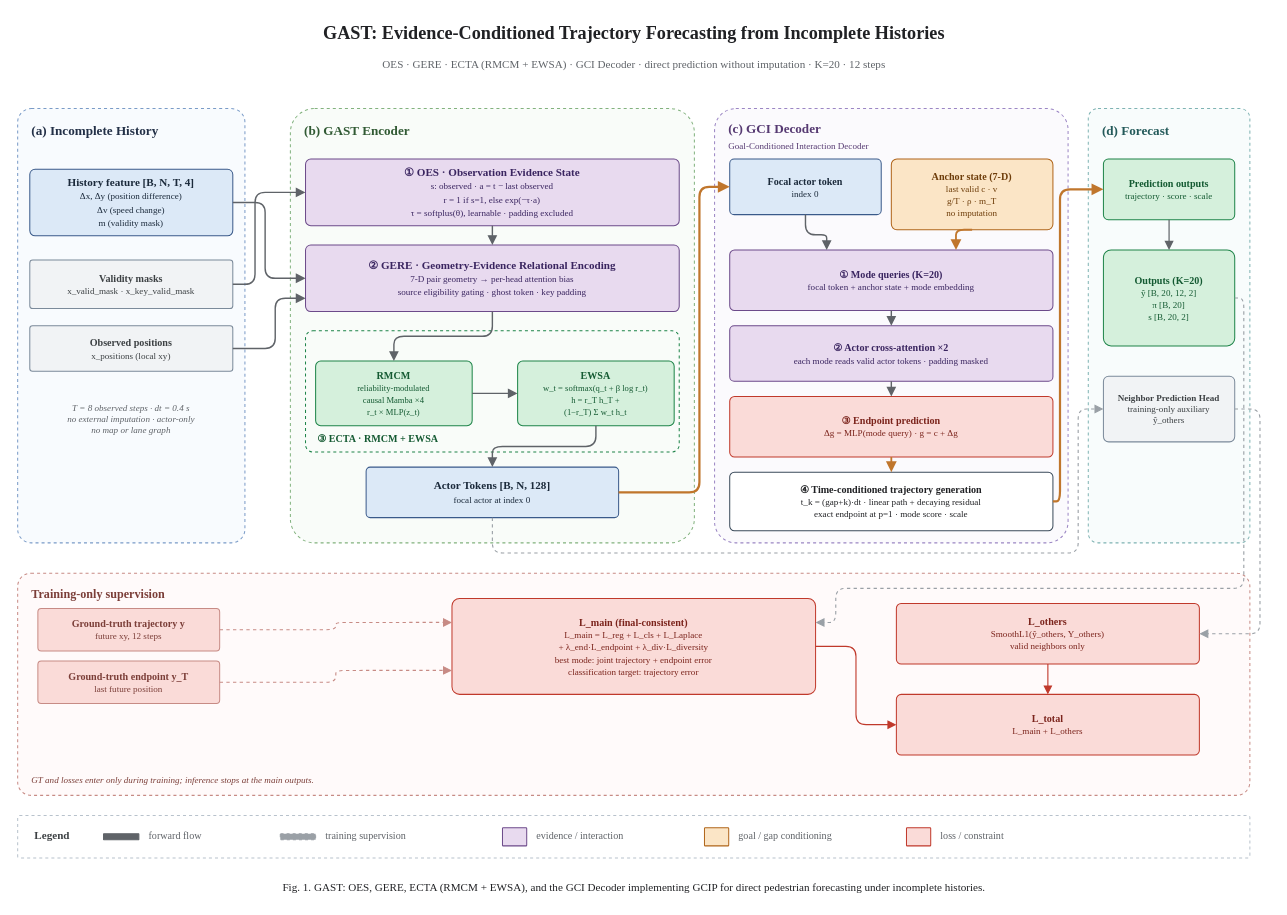
Before: GAST-Goal-framework.drawio in oAyanameio/GAST-PF, a draw.io diagram. Source tidied: cells renumbered, new cells numbered last; positions are measured from the earlier drawing's top-left corner, leaving out a move shared by most shapes. Both pictures are drawn from the tidied source at 101%, with x=0, y=0 at pixel (17, 17).
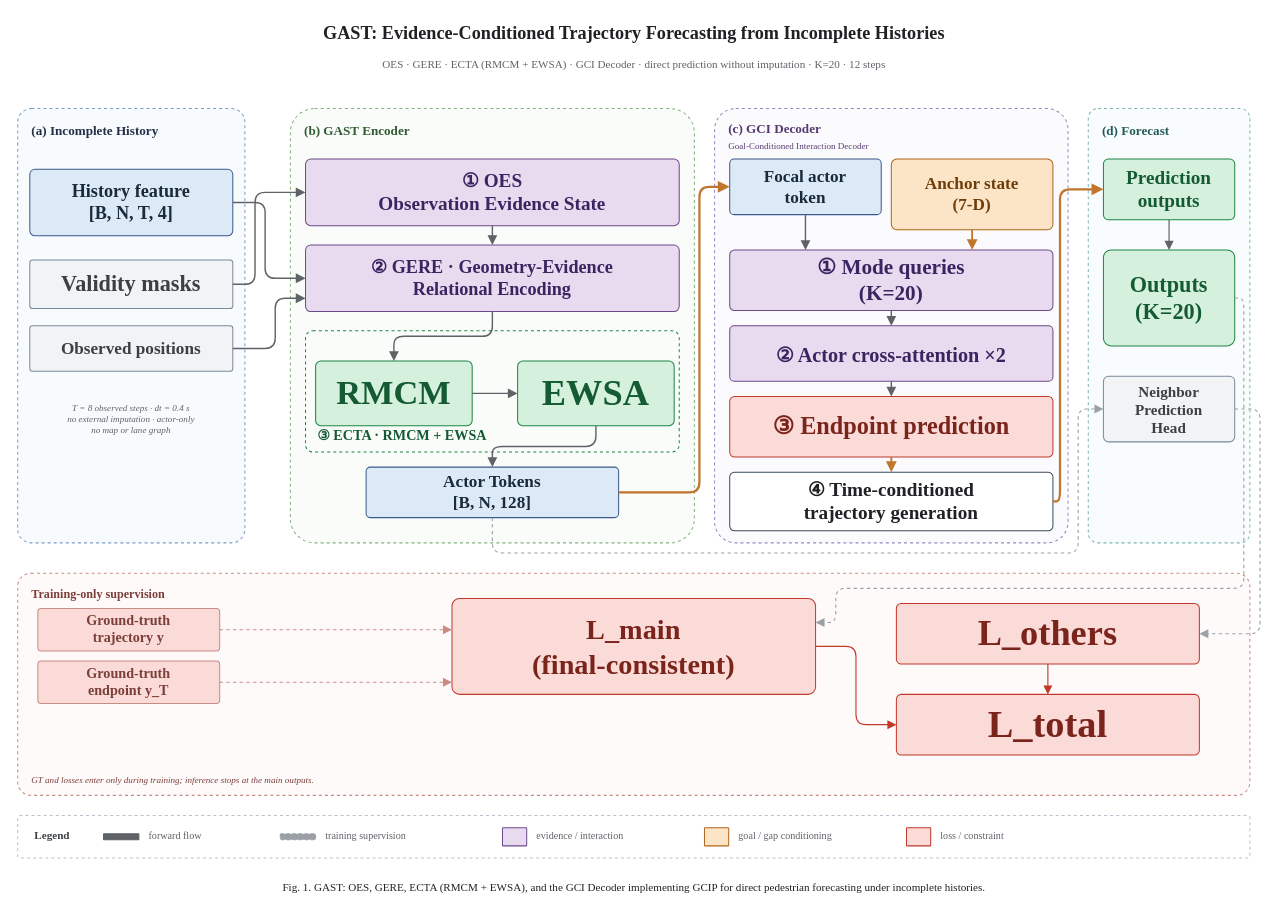
After the change.

Commit message (it also covers changes not shown here):
docs(figure): 修正 GT 监督箭头并按框放大模块字号

The edit, as a diff of the source:
```diff
@@
-    <mxCell id="14" value="&lt;b&gt;History feature [B, N, T, 4]&lt;/b&gt;&lt;br&gt;&lt;font style=&quot;font-size:9px&quot;&gt;Δx, Δy (position difference)&lt;br&gt;Δv (speed change)&lt;br&gt;m (validity mask)&lt;/font&gt;" style="rounded=1;arcSize=8;whiteSpace=wrap;html=1;fillColor=#DCE9F7;strokeColor=#3A5A8A;fontColor=#1B2A3B;fontFamily=Times New Roman;fontSize=11;align=center;verticalAlign=middle;spacing=3;" parent="1" vertex="1">
+    <mxCell id="14" value="&lt;b&gt;History feature&lt;/b&gt;&lt;br&gt;&lt;b&gt;[B, N, T, 4]&lt;/b&gt;" style="rounded=1;arcSize=8;whiteSpace=wrap;html=1;fillColor=#DCE9F7;strokeColor=#3A5A8A;fontColor=#1B2A3B;fontFamily=Times New Roman;fontSize=18;align=center;verticalAlign=middle;spacing=3;" parent="1" vertex="1">
       <mxGeometry x="12" y="150" width="201" height="66" as="geometry" />
     </mxCell>
-    <mxCell id="15" value="&lt;b&gt;Validity masks&lt;/b&gt;&lt;br&gt;&lt;font style=&quot;font-size:9px&quot;&gt;x_valid_mask · x_key_valid_mask&lt;/font&gt;" style="rounded=1;arcSize=6;whiteSpace=wrap;html=1;fillColor=#F1F3F5;strokeColor=#7B8A9A;fontColor=#3C4043;fontFamily=Times New Roman;fontSize=10;align=center;verticalAlign=middle;spacing=3;" parent="1" vertex="1">
+    <mxCell id="15" value="&lt;b&gt;Validity masks&lt;/b&gt;" style="rounded=1;arcSize=6;whiteSpace=wrap;html=1;fillColor=#F1F3F5;strokeColor=#7B8A9A;fontColor=#3C4043;fontFamily=Times New Roman;fontSize=22;align=center;verticalAlign=middle;spacing=3;" parent="1" vertex="1">
       <mxGeometry x="12" y="240" width="201" height="48" as="geometry" />
     </mxCell>
-    <mxCell id="16" value="&lt;b&gt;Observed positions&lt;/b&gt;&lt;br&gt;&lt;font style=&quot;font-size:9px&quot;&gt;x_positions (local xy)&lt;/font&gt;" style="rounded=1;arcSize=6;whiteSpace=wrap;html=1;fillColor=#F1F3F5;strokeColor=#7B8A9A;fontColor=#3C4043;fontFamily=Times New Roman;fontSize=10;align=center;verticalAlign=middle;spacing=3;" parent="1" vertex="1">
+    <mxCell id="16" value="&lt;b&gt;Observed positions&lt;/b&gt;" style="rounded=1;arcSize=6;whiteSpace=wrap;html=1;fillColor=#F1F3F5;strokeColor=#7B8A9A;fontColor=#3C4043;fontFamily=Times New Roman;fontSize=17;align=center;verticalAlign=middle;spacing=3;" parent="1" vertex="1">
       <mxGeometry x="12" y="305" width="201" height="45" as="geometry" />
     </mxCell>
@@
-    <mxCell id="18" value="&lt;b&gt;① OES · Observation Evidence State&lt;/b&gt;&lt;br&gt;&lt;font style=&quot;font-size:9px&quot;&gt;s: observed · a = t − last observed&lt;br&gt;r = 1 if s=1, else exp(−τ·a)&lt;br&gt;τ = softplus(θ), learnable · padding excluded&lt;/font&gt;" style="rounded=1;arcSize=8;whiteSpace=wrap;html=1;fillColor=#E8DAEF;strokeColor=#6C4A8A;fontColor=#3A2560;fontFamily=Times New Roman;fontSize=11;fontStyle=0;align=center;verticalAlign=middle;spacing=3;" parent="1" vertex="1">
+    <mxCell id="18" value="&lt;b&gt;① OES&lt;/b&gt;&lt;br&gt;&lt;b&gt;Observation Evidence State&lt;/b&gt;" style="rounded=1;arcSize=8;whiteSpace=wrap;html=1;fillColor=#E8DAEF;strokeColor=#6C4A8A;fontColor=#3A2560;fontFamily=Times New Roman;fontSize=19;fontStyle=0;align=center;verticalAlign=middle;spacing=3;" parent="1" vertex="1">
       <mxGeometry x="285" y="140" width="370" height="66" as="geometry" />
     </mxCell>
-    <mxCell id="19" value="&lt;b&gt;② GERE · Geometry-Evidence Relational Encoding&lt;/b&gt;&lt;br&gt;&lt;font style=&quot;font-size:9px&quot;&gt;7-D pair geometry → per-head attention bias&lt;br&gt;source eligibility gating · ghost token · key padding&lt;/font&gt;" style="rounded=1;arcSize=8;whiteSpace=wrap;html=1;fillColor=#E8DAEF;strokeColor=#6C4A8A;fontColor=#3A2560;fontFamily=Times New Roman;fontSize=11;fontStyle=0;align=center;verticalAlign=middle;spacing=3;" parent="1" vertex="1">
+    <mxCell id="19" value="&lt;b&gt;② GERE · Geometry-Evidence&lt;/b&gt;&lt;br&gt;&lt;b&gt;Relational Encoding&lt;/b&gt;" style="rounded=1;arcSize=8;whiteSpace=wrap;html=1;fillColor=#E8DAEF;strokeColor=#6C4A8A;fontColor=#3A2560;fontFamily=Times New Roman;fontSize=18;fontStyle=0;align=center;verticalAlign=middle;spacing=3;" parent="1" vertex="1">
       <mxGeometry x="285" y="225" width="370" height="66" as="geometry" />
     </mxCell>
-    <mxCell id="20" value="&lt;b&gt;③ ECTA · RMCM + EWSA&lt;/b&gt;" style="rounded=1;arcSize=6;whiteSpace=wrap;html=1;fillColor=none;strokeColor=#1E8449;dashed=1;fontColor=#145A32;fontFamily=Times New Roman;fontSize=10;align=left;verticalAlign=bottom;spacingLeft=10;spacingBottom=4;" parent="1" vertex="1">
+    <mxCell id="20" value="&lt;b&gt;③ ECTA · RMCM + EWSA&lt;/b&gt;" style="rounded=1;arcSize=6;whiteSpace=wrap;html=1;fillColor=none;strokeColor=#1E8449;dashed=1;fontColor=#145A32;fontFamily=Times New Roman;fontSize=14;align=left;verticalAlign=bottom;spacingLeft=10;spacingBottom=4;" parent="1" vertex="1">
       <mxGeometry x="285" y="310" width="370" height="120" as="geometry" />
     </mxCell>
-    <mxCell id="21" value="&lt;b&gt;RMCM&lt;/b&gt;&lt;br&gt;&lt;font style=&quot;font-size:8.5px&quot;&gt;reliability-modulated&lt;br&gt;causal Mamba ×4&lt;br&gt;r_t × MLP(z_t)&lt;/font&gt;" style="rounded=1;arcSize=8;whiteSpace=wrap;html=1;fillColor=#D5F0DC;strokeColor=#1E8449;fontColor=#145A32;fontFamily=Times New Roman;fontSize=10;align=center;verticalAlign=middle;spacing=2;" parent="1" vertex="1">
+    <mxCell id="21" value="&lt;b&gt;RMCM&lt;/b&gt;" style="rounded=1;arcSize=8;whiteSpace=wrap;html=1;fillColor=#D5F0DC;strokeColor=#1E8449;fontColor=#145A32;fontFamily=Times New Roman;fontSize=34;align=center;verticalAlign=middle;spacing=2;" parent="1" vertex="1">
       <mxGeometry x="295" y="340" width="155" height="64" as="geometry" />
     </mxCell>
-    <mxCell id="22" value="&lt;b&gt;EWSA&lt;/b&gt;&lt;br&gt;&lt;font style=&quot;font-size:8.5px&quot;&gt;w_t = softmax(q_t + β log r_t)&lt;br&gt;h = r_T h_T +&lt;br&gt;(1−r_T) Σ w_t h_t&lt;/font&gt;" style="rounded=1;arcSize=8;whiteSpace=wrap;html=1;fillColor=#D5F0DC;strokeColor=#1E8449;fontColor=#145A32;fontFamily=Times New Roman;fontSize=10;align=center;verticalAlign=middle;spacing=2;" parent="1" vertex="1">
+    <mxCell id="22" value="&lt;b&gt;EWSA&lt;/b&gt;" style="rounded=1;arcSize=8;whiteSpace=wrap;html=1;fillColor=#D5F0DC;strokeColor=#1E8449;fontColor=#145A32;fontFamily=Times New Roman;fontSize=36;align=center;verticalAlign=middle;spacing=2;" parent="1" vertex="1">
       <mxGeometry x="495" y="340" width="155" height="64" as="geometry" />
     </mxCell>
-    <mxCell id="23" value="&lt;b&gt;Actor Tokens [B, N, 128]&lt;/b&gt;&lt;br&gt;&lt;font style=&quot;font-size:9px&quot;&gt;focal actor at index 0&lt;/font&gt;" style="rounded=1;arcSize=8;whiteSpace=wrap;html=1;fillColor=#DCE9F7;strokeColor=#3A5A8A;fontColor=#1B2A3B;fontFamily=Times New Roman;fontSize=11;align=center;verticalAlign=middle;spacing=3;" parent="1" vertex="1">
+    <mxCell id="23" value="&lt;b&gt;Actor Tokens&lt;/b&gt;&lt;br&gt;&lt;b&gt;[B, N, 128]&lt;/b&gt;" style="rounded=1;arcSize=8;whiteSpace=wrap;html=1;fillColor=#DCE9F7;strokeColor=#3A5A8A;fontColor=#1B2A3B;fontFamily=Times New Roman;fontSize=17;align=center;verticalAlign=middle;spacing=3;" parent="1" vertex="1">
       <mxGeometry x="345" y="445" width="250" height="50" as="geometry" />
     </mxCell>
-    <mxCell id="24" value="&lt;b&gt;Focal actor token&lt;/b&gt;&lt;br&gt;&lt;font style=&quot;font-size:9px&quot;&gt;index 0&lt;/font&gt;" style="rounded=1;arcSize=8;whiteSpace=wrap;html=1;fillColor=#DCE9F7;strokeColor=#3A5A8A;fontColor=#1B2A3B;fontFamily=Times New Roman;fontSize=10;align=center;verticalAlign=middle;spacing=3;" parent="1" vertex="1">
+    <mxCell id="24" value="&lt;b&gt;Focal actor&lt;/b&gt;&lt;br&gt;&lt;b&gt;token&lt;/b&gt;" style="rounded=1;arcSize=8;whiteSpace=wrap;html=1;fillColor=#DCE9F7;strokeColor=#3A5A8A;fontColor=#1B2A3B;fontFamily=Times New Roman;fontSize=17;align=center;verticalAlign=middle;spacing=3;" parent="1" vertex="1">
       <mxGeometry x="705" y="140" width="150" height="55" as="geometry" />
     </mxCell>
-    <mxCell id="25" value="&lt;b&gt;Anchor state (7-D)&lt;/b&gt;&lt;br&gt;&lt;font style=&quot;font-size:9px&quot;&gt;last valid c · v&lt;br&gt;g/T · ρ · m_T&lt;br&gt;no imputation&lt;/font&gt;" style="rounded=1;arcSize=8;whiteSpace=wrap;html=1;fillColor=#FBE5C6;strokeColor=#B0651A;fontColor=#6E3D0A;fontFamily=Times New Roman;fontSize=10;align=center;verticalAlign=middle;spacing=2;" parent="1" vertex="1">
+    <mxCell id="25" value="&lt;b&gt;Anchor state&lt;/b&gt;&lt;br&gt;&lt;b&gt;(7-D)&lt;/b&gt;" style="rounded=1;arcSize=8;whiteSpace=wrap;html=1;fillColor=#FBE5C6;strokeColor=#B0651A;fontColor=#6E3D0A;fontFamily=Times New Roman;fontSize=17;align=center;verticalAlign=middle;spacing=2;" parent="1" vertex="1">
       <mxGeometry x="865" y="140" width="160" height="70" as="geometry" />
     </mxCell>
-    <mxCell id="26" value="&lt;b&gt;① Mode queries (K=20)&lt;/b&gt;&lt;br&gt;&lt;font style=&quot;font-size:9px&quot;&gt;focal token + anchor state + mode embedding&lt;/font&gt;" style="rounded=1;arcSize=8;whiteSpace=wrap;html=1;fillColor=#E8DAEF;strokeColor=#6C4A8A;fontColor=#3A2560;fontFamily=Times New Roman;fontSize=10;align=center;verticalAlign=middle;spacing=3;" parent="1" vertex="1">
+    <mxCell id="26" value="&lt;b&gt;① Mode queries&lt;/b&gt;&lt;br&gt;&lt;b&gt;(K=20)&lt;/b&gt;" style="rounded=1;arcSize=8;whiteSpace=wrap;html=1;fillColor=#E8DAEF;strokeColor=#6C4A8A;fontColor=#3A2560;fontFamily=Times New Roman;fontSize=21;align=center;verticalAlign=middle;spacing=3;" parent="1" vertex="1">
       <mxGeometry x="705" y="230" width="320" height="60" as="geometry" />
     </mxCell>
-    <mxCell id="27" value="&lt;b&gt;② Actor cross-attention ×2&lt;/b&gt;&lt;br&gt;&lt;font style=&quot;font-size:9px&quot;&gt;each mode reads valid actor tokens · padding masked&lt;/font&gt;" style="rounded=1;arcSize=8;whiteSpace=wrap;html=1;fillColor=#E8DAEF;strokeColor=#6C4A8A;fontColor=#3A2560;fontFamily=Times New Roman;fontSize=10;align=center;verticalAlign=middle;spacing=3;" parent="1" vertex="1">
+    <mxCell id="27" value="&lt;b&gt;② Actor cross-attention ×2&lt;/b&gt;" style="rounded=1;arcSize=8;whiteSpace=wrap;html=1;fillColor=#E8DAEF;strokeColor=#6C4A8A;fontColor=#3A2560;fontFamily=Times New Roman;fontSize=20;align=center;verticalAlign=middle;spacing=3;" parent="1" vertex="1">
       <mxGeometry x="705" y="305" width="320" height="55" as="geometry" />
     </mxCell>
-    <mxCell id="28" value="&lt;b&gt;③ Endpoint prediction&lt;/b&gt;&lt;br&gt;&lt;font style=&quot;font-size:9px&quot;&gt;Δg = MLP(mode query) · g = c + Δg&lt;/font&gt;" style="rounded=1;arcSize=8;whiteSpace=wrap;html=1;fillColor=#FADBD8;strokeColor=#C0392B;fontColor=#7B241C;fontFamily=Times New Roman;fontSize=10;align=center;verticalAlign=middle;spacing=3;" parent="1" vertex="1">
+    <mxCell id="28" value="&lt;b&gt;③ Endpoint prediction&lt;/b&gt;" style="rounded=1;arcSize=8;whiteSpace=wrap;html=1;fillColor=#FADBD8;strokeColor=#C0392B;fontColor=#7B241C;fontFamily=Times New Roman;fontSize=24;align=center;verticalAlign=middle;spacing=3;" parent="1" vertex="1">
       <mxGeometry x="705" y="375" width="320" height="60" as="geometry" />
     </mxCell>
-    <mxCell id="29" value="&lt;b&gt;④ Time-conditioned trajectory generation&lt;/b&gt;&lt;br&gt;&lt;font style=&quot;font-size:9px&quot;&gt;t_k = (gap+k)·dt · linear path + decaying residual&lt;br&gt;exact endpoint at p=1 · mode score · scale&lt;/font&gt;" style="rounded=1;arcSize=8;whiteSpace=wrap;html=1;fillColor=#FFFFFF;strokeColor=#3A4A5A;fontColor=#202124;fontFamily=Times New Roman;fontSize=10;align=center;verticalAlign=middle;spacing=4;" parent="1" vertex="1">
+    <mxCell id="29" value="&lt;b&gt;④ Time-conditioned&lt;/b&gt;&lt;br&gt;&lt;b&gt;trajectory generation&lt;/b&gt;" style="rounded=1;arcSize=8;whiteSpace=wrap;html=1;fillColor=#FFFFFF;strokeColor=#3A4A5A;fontColor=#202124;fontFamily=Times New Roman;fontSize=19;align=center;verticalAlign=middle;spacing=4;" parent="1" vertex="1">
       <mxGeometry x="705" y="450" width="320" height="58" as="geometry" />
     </mxCell>
-    <mxCell id="30" value="&lt;b&gt;Prediction outputs&lt;/b&gt;&lt;br&gt;&lt;font style=&quot;font-size:9px&quot;&gt;trajectory · score · scale&lt;/font&gt;" style="rounded=1;arcSize=8;whiteSpace=wrap;html=1;fillColor=#D5F0DC;strokeColor=#1E8449;fontColor=#145A32;fontFamily=Times New Roman;fontSize=10;align=center;verticalAlign=middle;spacing=3;" parent="1" vertex="1">
+    <mxCell id="30" value="&lt;b&gt;Prediction&lt;/b&gt;&lt;br&gt;&lt;b&gt;outputs&lt;/b&gt;" style="rounded=1;arcSize=8;whiteSpace=wrap;html=1;fillColor=#D5F0DC;strokeColor=#1E8449;fontColor=#145A32;fontFamily=Times New Roman;fontSize=19;align=center;verticalAlign=middle;spacing=3;" parent="1" vertex="1">
       <mxGeometry x="1075" y="140" width="130" height="60" as="geometry" />
     </mxCell>
-    <mxCell id="31" value="&lt;b&gt;Outputs (K=20)&lt;/b&gt;&lt;br&gt;&lt;font style=&quot;font-size:9px&quot;&gt;ŷ [B, 20, 12, 2]&lt;br&gt;π [B, 20]&lt;br&gt;s [B, 20, 2]&lt;/font&gt;" style="rounded=1;arcSize=8;whiteSpace=wrap;html=1;fillColor=#D5F0DC;strokeColor=#1E8449;fontColor=#145A32;fontFamily=Times New Roman;fontSize=10;align=center;verticalAlign=middle;spacing=3;" parent="1" vertex="1">
+    <mxCell id="31" value="&lt;b&gt;Outputs&lt;/b&gt;&lt;br&gt;&lt;b&gt;(K=20)&lt;/b&gt;" style="rounded=1;arcSize=8;whiteSpace=wrap;html=1;fillColor=#D5F0DC;strokeColor=#1E8449;fontColor=#145A32;fontFamily=Times New Roman;fontSize=22;align=center;verticalAlign=middle;spacing=3;" parent="1" vertex="1">
       <mxGeometry x="1075" y="230" width="130" height="95" as="geometry" />
     </mxCell>
-    <mxCell id="32" value="&lt;b&gt;Neighbor Prediction Head&lt;/b&gt;&lt;br&gt;&lt;font style=&quot;font-size:9px&quot;&gt;training-only auxiliary&lt;br&gt;ŷ_others&lt;/font&gt;" style="rounded=1;arcSize=8;whiteSpace=wrap;html=1;fillColor=#F1F3F5;strokeColor=#7B8A9A;fontColor=#3C4043;fontFamily=Times New Roman;fontSize=9;align=center;verticalAlign=middle;spacing=3;" parent="1" vertex="1">
+    <mxCell id="32" value="&lt;b&gt;Neighbor&lt;/b&gt;&lt;br&gt;&lt;b&gt;Prediction&lt;/b&gt;&lt;br&gt;&lt;b&gt;Head&lt;/b&gt;" style="rounded=1;arcSize=8;whiteSpace=wrap;html=1;fillColor=#F1F3F5;strokeColor=#7B8A9A;fontColor=#3C4043;fontFamily=Times New Roman;fontSize=15;align=center;verticalAlign=middle;spacing=3;" parent="1" vertex="1">
       <mxGeometry x="1075" y="355" width="130" height="65" as="geometry" />
     </mxCell>
-    <mxCell id="33" value="&lt;b&gt;Ground-truth trajectory y&lt;/b&gt;&lt;br&gt;&lt;font style=&quot;font-size:9px&quot;&gt;future xy, 12 steps&lt;/font&gt;" style="rounded=1;arcSize=8;whiteSpace=wrap;html=1;fillColor=#FADBD8;strokeColor=#C78B85;fontColor=#7B3E38;fontFamily=Times New Roman;fontSize=10;align=center;verticalAlign=middle;spacing=3;" parent="1" vertex="1">
+    <mxCell id="33" value="&lt;b&gt;Ground-truth&lt;/b&gt;&lt;br&gt;&lt;b&gt;trajectory y&lt;/b&gt;" style="rounded=1;arcSize=8;whiteSpace=wrap;html=1;fillColor=#FADBD8;strokeColor=#C78B85;fontColor=#7B3E38;fontFamily=Times New Roman;fontSize=14;align=center;verticalAlign=middle;spacing=3;" parent="1" vertex="1">
       <mxGeometry x="20" y="585" width="180" height="42" as="geometry" />
     </mxCell>
-    <mxCell id="34" value="&lt;b&gt;Ground-truth endpoint y_T&lt;/b&gt;&lt;br&gt;&lt;font style=&quot;font-size:9px&quot;&gt;last future position&lt;/font&gt;" style="rounded=1;arcSize=8;whiteSpace=wrap;html=1;fillColor=#FADBD8;strokeColor=#C78B85;fontColor=#7B3E38;fontFamily=Times New Roman;fontSize=10;align=center;verticalAlign=middle;spacing=3;" parent="1" vertex="1">
+    <mxCell id="34" value="&lt;b&gt;Ground-truth&lt;/b&gt;&lt;br&gt;&lt;b&gt;endpoint y_T&lt;/b&gt;" style="rounded=1;arcSize=8;whiteSpace=wrap;html=1;fillColor=#FADBD8;strokeColor=#C78B85;fontColor=#7B3E38;fontFamily=Times New Roman;fontSize=14;align=center;verticalAlign=middle;spacing=3;" parent="1" vertex="1">
       <mxGeometry x="20" y="637" width="180" height="42" as="geometry" />
     </mxCell>
-    <mxCell id="35" value="&lt;b&gt;L_main (final-consistent)&lt;/b&gt;&lt;br&gt;&lt;font style=&quot;font-size:9px&quot;&gt;L_main = L_reg + L_cls + L_Laplace&lt;br&gt;+ λ_end·L_endpoint + λ_div·L_diversity&lt;br&gt;best mode: joint trajectory + endpoint error&lt;br&gt;classification target: trajectory error&lt;/font&gt;" style="rounded=1;arcSize=8;whiteSpace=wrap;html=1;fillColor=#FADBD8;strokeColor=#C0392B;fontColor=#7B241C;fontFamily=Times New Roman;fontSize=10;align=center;verticalAlign=middle;spacing=3;" parent="1" vertex="1">
+    <mxCell id="35" value="&lt;b&gt;L_main&lt;/b&gt;&lt;br&gt;&lt;b&gt;(final-consistent)&lt;/b&gt;" style="rounded=1;arcSize=8;whiteSpace=wrap;html=1;fillColor=#FADBD8;strokeColor=#C0392B;fontColor=#7B241C;fontFamily=Times New Roman;fontSize=28;align=center;verticalAlign=middle;spacing=3;" parent="1" vertex="1">
       <mxGeometry x="430" y="575" width="360" height="95" as="geometry" />
     </mxCell>
-    <mxCell id="36" value="&lt;b&gt;L_others&lt;/b&gt;&lt;br&gt;&lt;font style=&quot;font-size:9px&quot;&gt;SmoothL1(ŷ_others, Y_others)&lt;br&gt;valid neighbors only&lt;/font&gt;" style="rounded=1;arcSize=8;whiteSpace=wrap;html=1;fillColor=#FADBD8;strokeColor=#C0392B;fontColor=#7B241C;fontFamily=Times New Roman;fontSize=10;align=center;verticalAlign=middle;spacing=3;" parent="1" vertex="1">
+    <mxCell id="36" value="&lt;b&gt;L_others&lt;/b&gt;" style="rounded=1;arcSize=8;whiteSpace=wrap;html=1;fillColor=#FADBD8;strokeColor=#C0392B;fontColor=#7B241C;fontFamily=Times New Roman;fontSize=36;align=center;verticalAlign=middle;spacing=3;" parent="1" vertex="1">
       <mxGeometry x="870" y="580" width="300" height="60" as="geometry" />
     </mxCell>
-    <mxCell id="37" value="&lt;b&gt;L_total&lt;/b&gt;&lt;br&gt;&lt;font style=&quot;font-size:9px&quot;&gt;L_main + L_others&lt;/font&gt;" style="rounded=1;arcSize=8;whiteSpace=wrap;html=1;fillColor=#FADBD8;strokeColor=#C0392B;fontColor=#7B241C;fontFamily=Times New Roman;fontSize=10;align=center;verticalAlign=middle;spacing=3;" parent="1" vertex="1">
+    <mxCell id="37" value="&lt;b&gt;L_total&lt;/b&gt;" style="rounded=1;arcSize=8;whiteSpace=wrap;html=1;fillColor=#FADBD8;strokeColor=#C0392B;fontColor=#7B241C;fontFamily=Times New Roman;fontSize=38;align=center;verticalAlign=middle;spacing=3;" parent="1" vertex="1">
       <mxGeometry x="870" y="670" width="300" height="60" as="geometry" />
     </mxCell>
@@
-    <mxCell id="60" style="edgeStyle=orthogonalEdgeStyle;rounded=1;jettySize=auto;html=1;strokeColor=#5F6368;strokeWidth=1.4;endArrow=block;endFill=1;exitX=0.5;exitY=1;entryX=0.3;entryY=0;" parent="1" edge="1" source="24" target="26">
+    <mxCell id="60" style="edgeStyle=orthogonalEdgeStyle;rounded=1;jettySize=auto;html=1;strokeColor=#5F6368;strokeWidth=1.4;endArrow=block;endFill=1;exitX=0.5;exitY=1;entryX=0.2344;entryY=0;" parent="1" edge="1" source="24" target="26">
       <mxGeometry relative="1" as="geometry" />
     </mxCell>
-    <mxCell id="61" style="edgeStyle=orthogonalEdgeStyle;rounded=1;jettySize=auto;html=1;strokeColor=#C0762C;strokeWidth=1.8;endArrow=block;endFill=1;exitX=0.5;exitY=1;entryX=0.7;entryY=0;" parent="1" edge="1" source="25" target="26">
+    <mxCell id="61" style="edgeStyle=orthogonalEdgeStyle;rounded=1;jettySize=auto;html=1;strokeColor=#C0762C;strokeWidth=1.8;endArrow=block;endFill=1;exitX=0.5;exitY=1;entryX=0.75;entryY=0;" parent="1" edge="1" source="25" target="26">
       <mxGeometry relative="1" as="geometry" />
     </mxCell>
@@
-    <mxCell id="68" style="edgeStyle=orthogonalEdgeStyle;rounded=1;jettySize=auto;html=1;strokeColor=#C78B85;strokeWidth=1.1;dashed=1;endArrow=block;endFill=1;exitX=1;exitY=0.5;entryX=0;entryY=0.25;" parent="1" edge="1" source="33" target="35">
-      <mxGeometry relative="1" as="geometry">
-        <Array as="points">
-          <mxPoint x="315" y="606" />
-          <mxPoint x="315" y="599" />
-        </Array>
-      </mxGeometry>
+    <mxCell id="68" style="edgeStyle=orthogonalEdgeStyle;rounded=1;jettySize=auto;html=1;strokeColor=#C78B85;strokeWidth=1.1;dashed=1;endArrow=block;endFill=1;exitX=1;exitY=0.5;entryX=0;entryY=0.3263;" parent="1" edge="1" source="33" target="35">
+      <mxGeometry relative="1" as="geometry" />
     </mxCell>
-    <mxCell id="69" style="edgeStyle=orthogonalEdgeStyle;rounded=1;jettySize=auto;html=1;strokeColor=#C78B85;strokeWidth=1.1;dashed=1;endArrow=block;endFill=1;exitX=1;exitY=0.5;entryX=0;entryY=0.75;" parent="1" edge="1" source="34" target="35">
-      <mxGeometry relative="1" as="geometry">
-        <Array as="points">
-          <mxPoint x="315" y="658" />
-          <mxPoint x="315" y="646" />
-        </Array>
-      </mxGeometry>
+    <mxCell id="69" style="edgeStyle=orthogonalEdgeStyle;rounded=1;jettySize=auto;html=1;strokeColor=#C78B85;strokeWidth=1.1;dashed=1;endArrow=block;endFill=1;exitX=1;exitY=0.5;entryX=0;entryY=0.8737;" parent="1" edge="1" source="34" target="35">
+      <mxGeometry relative="1" as="geometry" />
     </mxCell>
```
